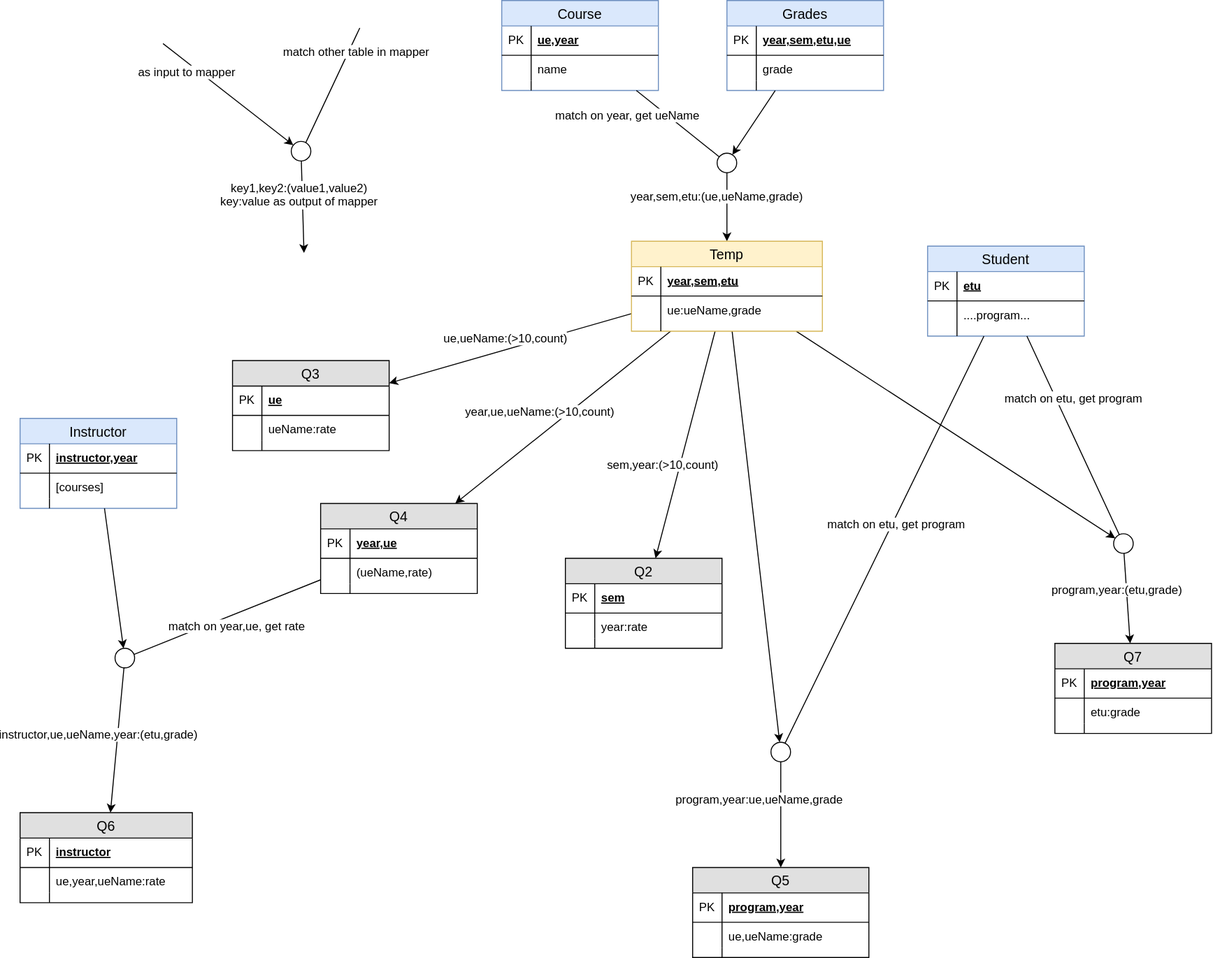
The draw.io diagram tables_diagram.svg in xairon/MapReduce_jobs, before a commit. Source tidied: cells renumbered, new cells last; positions are measured from the earlier drawing's top-left corner, leaving out a move shared by most shapes.
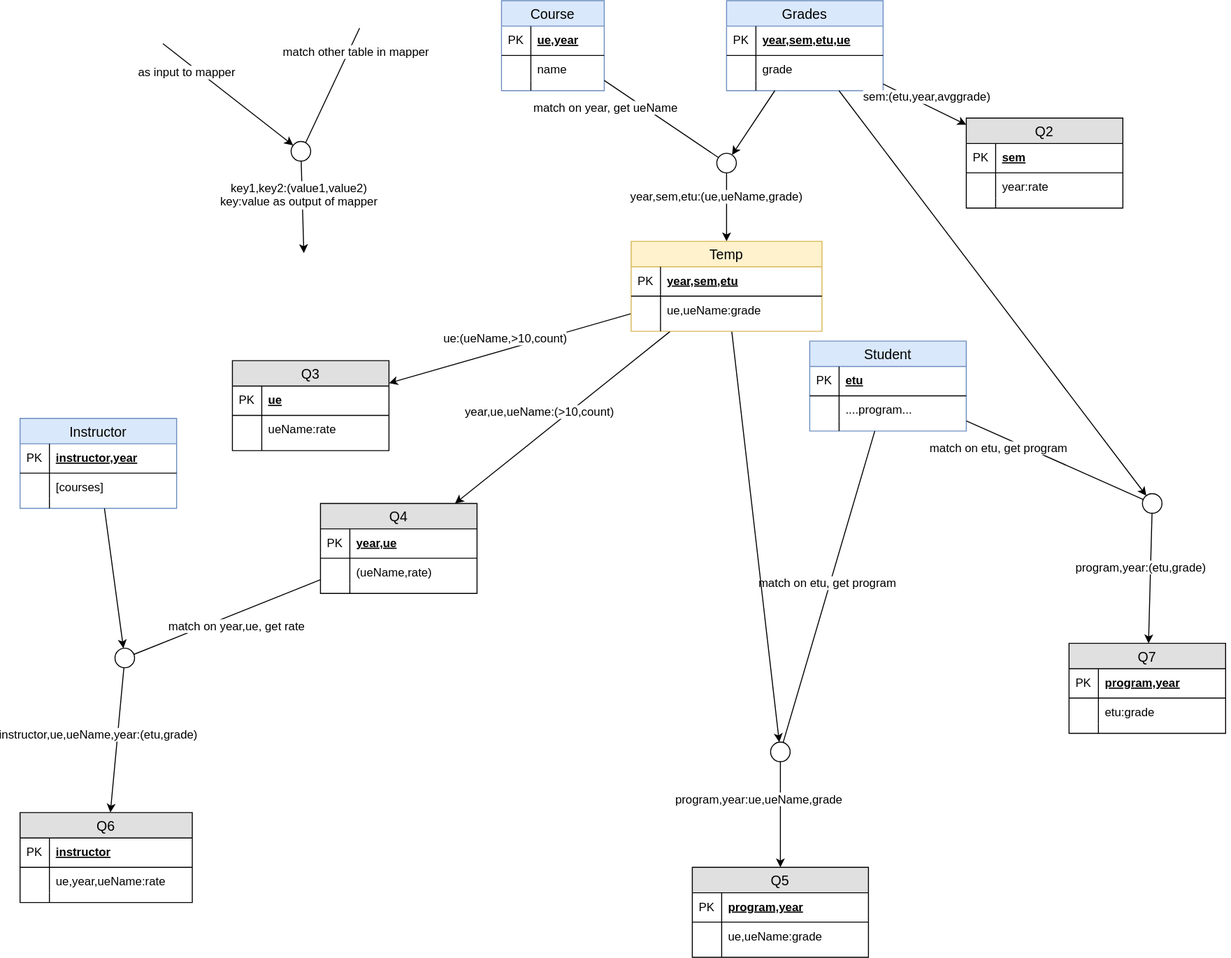
The same diagram one commit later.

What changed in the source:
```diff
@@ -24,7 +24,7 @@
       <mxGeometry width="30" height="10" as="geometry" />
     </mxCell>
     <mxCell id="9" value="Q2" style="swimlane;fontStyle=0;horizontal=1;startSize=26;fillColor=#e0e0e0;swimlaneFillColor=#ffffff;align=center;fontSize=14;" parent="1" vertex="1">
-      <mxGeometry x="557" y="570" width="160" height="92" as="geometry" />
+      <mxGeometry x="967" y="120" width="160" height="92" as="geometry" />
     </mxCell>
     <mxCell id="10" value="sem" style="shape=partialRectangle;top=0;left=0;right=0;bottom=1;align=left;verticalAlign=middle;fillColor=none;spacingLeft=34;spacingRight=4;overflow=hidden;fontStyle=5;fontSize=12;" parent="9" vertex="1">
       <mxGeometry y="26" width="160" height="30" as="geometry" />
@@ -108,7 +108,7 @@
       <mxGeometry width="30" height="10" as="geometry" />
     </mxCell>
     <mxCell id="37" value="Q7" style="swimlane;fontStyle=0;horizontal=1;startSize=26;fillColor=#e0e0e0;swimlaneFillColor=#ffffff;align=center;fontSize=14;" parent="1" vertex="1">
-      <mxGeometry x="1057" y="657" width="160" height="92" as="geometry" />
+      <mxGeometry x="1072" y="657" width="160" height="92" as="geometry" />
     </mxCell>
     <mxCell id="38" value="program,year" style="shape=partialRectangle;top=0;left=0;right=0;bottom=1;align=left;verticalAlign=middle;fillColor=none;spacingLeft=34;spacingRight=4;overflow=hidden;fontStyle=5;fontSize=12;" parent="37" vertex="1">
       <mxGeometry y="26" width="160" height="30" as="geometry" />
@@ -150,7 +150,7 @@
       <mxGeometry width="30" height="10" as="geometry" />
     </mxCell>
     <mxCell id="51" value="Student" style="swimlane;fontStyle=0;horizontal=1;startSize=26;fillColor=#dae8fc;swimlaneFillColor=#ffffff;align=center;fontSize=14;strokeColor=#6c8ebf;" parent="1" vertex="1">
-      <mxGeometry x="927" y="251" width="160" height="92" as="geometry" />
+      <mxGeometry x="807" y="348" width="160" height="92" as="geometry" />
     </mxCell>
     <mxCell id="52" value="etu" style="shape=partialRectangle;top=0;left=0;right=0;bottom=1;align=left;verticalAlign=middle;fillColor=none;spacingLeft=34;spacingRight=4;overflow=hidden;fontStyle=5;fontSize=12;" parent="51" vertex="1">
       <mxGeometry y="26" width="160" height="30" as="geometry" />
@@ -171,22 +171,22 @@
       <mxGeometry width="30" height="10" as="geometry" />
     </mxCell>
     <mxCell id="58" value="Course" style="swimlane;fontStyle=0;horizontal=1;startSize=26;fillColor=#dae8fc;swimlaneFillColor=#ffffff;align=center;fontSize=14;strokeColor=#6c8ebf;" parent="1" vertex="1">
-      <mxGeometry x="492" width="160" height="92" as="geometry" />
+      <mxGeometry x="492" width="105" height="92" as="geometry" />
     </mxCell>
     <mxCell id="59" value="ue,year" style="shape=partialRectangle;top=0;left=0;right=0;bottom=1;align=left;verticalAlign=middle;fillColor=none;spacingLeft=34;spacingRight=4;overflow=hidden;fontStyle=5;fontSize=12;" parent="58" vertex="1">
-      <mxGeometry y="26" width="160" height="30" as="geometry" />
+      <mxGeometry y="26" width="105" height="30" as="geometry" />
     </mxCell>
     <mxCell id="60" value="PK" style="shape=partialRectangle;top=0;left=0;bottom=0;fillColor=none;align=left;verticalAlign=middle;spacingLeft=4;spacingRight=4;overflow=hidden;fontSize=12;" parent="59" vertex="1">
       <mxGeometry width="30" height="30" as="geometry" />
     </mxCell>
     <mxCell id="61" value="name" style="shape=partialRectangle;top=0;left=0;right=0;bottom=0;align=left;verticalAlign=top;fillColor=none;spacingLeft=34;spacingRight=4;overflow=hidden;fontSize=12;" parent="58" vertex="1">
-      <mxGeometry y="56" width="160" height="26" as="geometry" />
+      <mxGeometry y="56" width="105" height="26" as="geometry" />
     </mxCell>
     <mxCell id="62" style="shape=partialRectangle;top=0;left=0;bottom=0;fillColor=none;align=left;verticalAlign=top;spacingLeft=4;spacingRight=4;overflow=hidden;fontSize=12;" parent="61" vertex="1">
       <mxGeometry width="30" height="26" as="geometry" />
     </mxCell>
     <mxCell id="63" style="shape=partialRectangle;top=0;left=0;right=0;bottom=0;align=left;verticalAlign=top;fillColor=none;spacingLeft=34;spacingRight=4;overflow=hidden;fontSize=12;" parent="58" vertex="1">
-      <mxGeometry y="82" width="160" height="10" as="geometry" />
+      <mxGeometry y="82" width="105" height="10" as="geometry" />
     </mxCell>
     <mxCell id="64" style="shape=partialRectangle;top=0;left=0;bottom=0;fillColor=none;align=left;verticalAlign=top;spacingLeft=4;spacingRight=4;overflow=hidden;fontSize=12;" parent="63" vertex="1">
       <mxGeometry width="30" height="10" as="geometry" />
@@ -212,18 +212,18 @@
     <mxCell id="71" style="shape=partialRectangle;top=0;left=0;bottom=0;fillColor=none;align=left;verticalAlign=top;spacingLeft=4;spacingRight=4;overflow=hidden;fontSize=12;" parent="70" vertex="1">
       <mxGeometry width="30" height="10" as="geometry" />
     </mxCell>
-    <mxCell id="72" style="endArrow=classic;html=1;" parent="1" edge="1" source="109" target="9">
+    <mxCell id="72" style="endArrow=classic;html=1;" parent="1" edge="1" source="2" target="9">
       <mxGeometry relative="1" as="geometry" />
     </mxCell>
-    <mxCell id="73" value="sem,year:(&amp;gt;10,count)" style="text;html=1;align=center;verticalAlign=middle;labelBackgroundColor=#ffffff;" parent="72" vertex="1">
+    <mxCell id="73" value="sem:(etu,year,avggrade)" style="text;html=1;align=center;verticalAlign=middle;labelBackgroundColor=#ffffff;" parent="72" vertex="1">
       <mxGeometry x="-0.27" y="2" relative="1" as="geometry">
-        <mxPoint x="-23" y="50.5" as="offset" />
+        <mxPoint x="22.5" y="-1" as="offset" />
       </mxGeometry>
     </mxCell>
     <mxCell id="74" style="endArrow=classic;html=1;" parent="1" edge="1" source="109" target="16">
       <mxGeometry relative="1" as="geometry" />
     </mxCell>
-    <mxCell id="75" value="ue,ueName:(&amp;gt;10,count)" style="text;html=1;align=center;verticalAlign=middle;labelBackgroundColor=#ffffff;" parent="74" vertex="1">
+    <mxCell id="75" value="ue:(ueName,&amp;gt;10,count)" style="text;html=1;align=center;verticalAlign=middle;labelBackgroundColor=#ffffff;" parent="74" vertex="1">
       <mxGeometry x="-0.31" y="2" relative="1" as="geometry">
         <mxPoint x="-33" y="-2" as="offset" />
       </mxGeometry>
@@ -302,7 +302,7 @@
         <mxPoint x="-18.5" y="20.5" as="offset" />
       </mxGeometry>
     </mxCell>
-    <mxCell id="96" style="endArrow=classic;html=1;" parent="1" edge="1" source="109" target="99">
+    <mxCell id="96" style="endArrow=classic;html=1;" parent="1" edge="1" source="2" target="99">
       <mxGeometry relative="1" as="geometry" />
     </mxCell>
     <mxCell id="97" style="endArrow=none;html=1;" parent="1" edge="1" source="51" target="99">
@@ -310,11 +310,11 @@
     </mxCell>
     <mxCell id="98" value="match on etu, get program" style="text;html=1;align=center;verticalAlign=middle;labelBackgroundColor=#ffffff;" parent="97" vertex="1">
       <mxGeometry x="-0.55" y="-4" relative="1" as="geometry">
-        <mxPoint x="42.5" y="15.5" as="offset" />
+        <mxPoint x="7" y="5" as="offset" />
       </mxGeometry>
     </mxCell>
     <mxCell id="99" style="ellipse;whiteSpace=wrap;html=1;" parent="1" vertex="1">
-      <mxGeometry x="1117" y="545" width="20" height="20" as="geometry" />
+      <mxGeometry x="1147" y="504" width="20" height="20" as="geometry" />
     </mxCell>
     <mxCell id="100" style="endArrow=classic;html=1;" parent="1" edge="1" source="99" target="37">
       <mxGeometry relative="1" as="geometry" />
@@ -362,7 +362,7 @@
     <mxCell id="111" value="PK" style="shape=partialRectangle;top=0;left=0;bottom=0;fillColor=none;align=left;verticalAlign=middle;spacingLeft=4;spacingRight=4;overflow=hidden;fontSize=12;" parent="110" vertex="1">
       <mxGeometry width="30" height="30" as="geometry" />
     </mxCell>
-    <mxCell id="112" value="ue:ueName,grade" style="shape=partialRectangle;top=0;left=0;right=0;bottom=0;align=left;verticalAlign=top;fillColor=none;spacingLeft=34;spacingRight=4;overflow=hidden;fontSize=12;" parent="109" vertex="1">
+    <mxCell id="112" value="ue,ueName:grade" style="shape=partialRectangle;top=0;left=0;right=0;bottom=0;align=left;verticalAlign=top;fillColor=none;spacingLeft=34;spacingRight=4;overflow=hidden;fontSize=12;" parent="109" vertex="1">
       <mxGeometry y="56" width="195" height="26" as="geometry" />
     </mxCell>
     <mxCell id="113" style="shape=partialRectangle;top=0;left=0;bottom=0;fillColor=none;align=left;verticalAlign=top;spacingLeft=4;spacingRight=4;overflow=hidden;fontSize=12;" parent="112" vertex="1">
```
